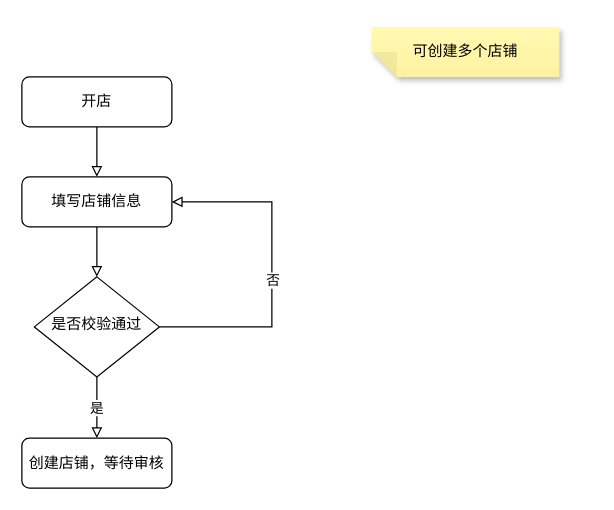
The draw.io diagram 开店流程图.drawio in wjctim/design-draw, before the edit. Source tidied: cells renumbered, new cells numbered last; positions are measured from the earlier drawing's top-left corner, leaving out a move shared by most shapes. Both pictures are drawn from the tidied source at 125%, with x=0, y=0 at pixel (21, 26).
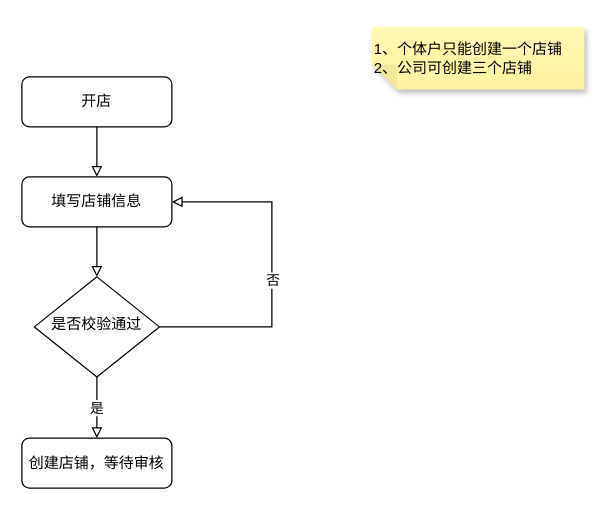
After the change.

Commit message:
更新开店流程图.drawio

Diff of the diagram source:
```diff
@@
 <mxGraphModel>
   <root>
     <mxCell id="0" />
     <mxCell id="1" parent="0" />
     <mxCell id="2" style="edgeStyle=none;rounded=0;jettySize=auto;html=1;fillColor=none;endArrow=block;endFill=0;" parent="1" edge="1" source="3" target="5">
       <mxGeometry relative="1" as="geometry" />
     </mxCell>
     <mxCell id="3" value="开店" style="rounded=1;whiteSpace=wrap;html=1;fontSize=12;glass=0;strokeWidth=1;shadow=0;" parent="1" vertex="1">
       <mxGeometry y="40" width="120" height="40" as="geometry" />
     </mxCell>
     <mxCell id="4" style="edgeStyle=none;rounded=0;jettySize=auto;html=1;endArrow=block;endFill=0;fillColor=none;" parent="1" edge="1" source="5" target="9">
       <mxGeometry relative="1" as="geometry" />
     </mxCell>
     <mxCell id="5" value="填写店铺信息" style="rounded=1;whiteSpace=wrap;html=1;fontSize=12;glass=0;strokeWidth=1;shadow=0;" parent="1" vertex="1">
       <mxGeometry y="120" width="120" height="40" as="geometry" />
     </mxCell>
     <mxCell id="6" style="edgeStyle=none;rounded=0;jettySize=auto;html=1;exitX=1;exitY=0.5;exitDx=0;exitDy=0;entryX=1;entryY=0.5;entryDx=0;entryDy=0;endArrow=block;endFill=0;fillColor=none;" parent="1" edge="1" source="9" target="5">
       <mxGeometry relative="1" as="geometry">
         <Array as="points">
           <mxPoint x="200" y="240" />
           <mxPoint x="200" y="140" />
         </Array>
       </mxGeometry>
     </mxCell>
     <mxCell id="7" value="否" style="edgeLabel;html=1;align=center;verticalAlign=middle;" parent="6" vertex="1">
       <mxGeometry x="-0.05" relative="1" as="geometry" />
     </mxCell>
     <mxCell id="8" value="是" style="edgeStyle=none;rounded=0;jettySize=auto;html=1;endArrow=block;endFill=0;fillColor=none;" parent="1" edge="1" source="9" target="10">
       <mxGeometry relative="1" as="geometry" />
     </mxCell>
     <mxCell id="9" value="是否校验通过" style="rhombus;whiteSpace=wrap;html=1;shadow=0;fontFamily=Helvetica;fontSize=12;align=center;strokeWidth=1;spacing=6;spacingTop=-4;" parent="1" vertex="1">
       <mxGeometry x="10" y="200" width="100" height="80" as="geometry" />
     </mxCell>
     <mxCell id="10" value="创建店铺，等待审核" style="rounded=1;whiteSpace=wrap;html=1;fontSize=12;glass=0;strokeWidth=1;shadow=0;" parent="1" vertex="1">
       <mxGeometry y="329" width="120" height="40" as="geometry" />
     </mxCell>
-    <mxCell id="11" value="&lt;span style=&quot;&quot;&gt;可创建多个店铺&lt;/span&gt;" style="shape=note;whiteSpace=wrap;html=1;backgroundOutline=1;fontColor=#000000;darkOpacity=0.05;fillColor=#FFF9B2;strokeColor=none;fillStyle=solid;direction=west;gradientDirection=north;gradientColor=#FFF2A1;shadow=1;size=20;rounded=1;" parent="1" vertex="1">
-      <mxGeometry x="280" width="150" height="40" as="geometry" />
+    <mxCell id="11" value="&lt;span style=&quot;&quot;&gt;1、个体户只能创建一个店铺&lt;br&gt;2、公司可创建三个店铺&lt;br&gt;&lt;/span&gt;" style="shape=note;whiteSpace=wrap;html=1;backgroundOutline=1;fontColor=#000000;darkOpacity=0.05;fillColor=#FFF9B2;strokeColor=none;fillStyle=solid;direction=west;gradientDirection=north;gradientColor=#FFF2A1;shadow=1;size=20;rounded=1;align=left;" parent="1" vertex="1">
+      <mxGeometry x="280" width="170" height="50" as="geometry" />
     </mxCell>
   </root>
 </mxGraphModel>
```
